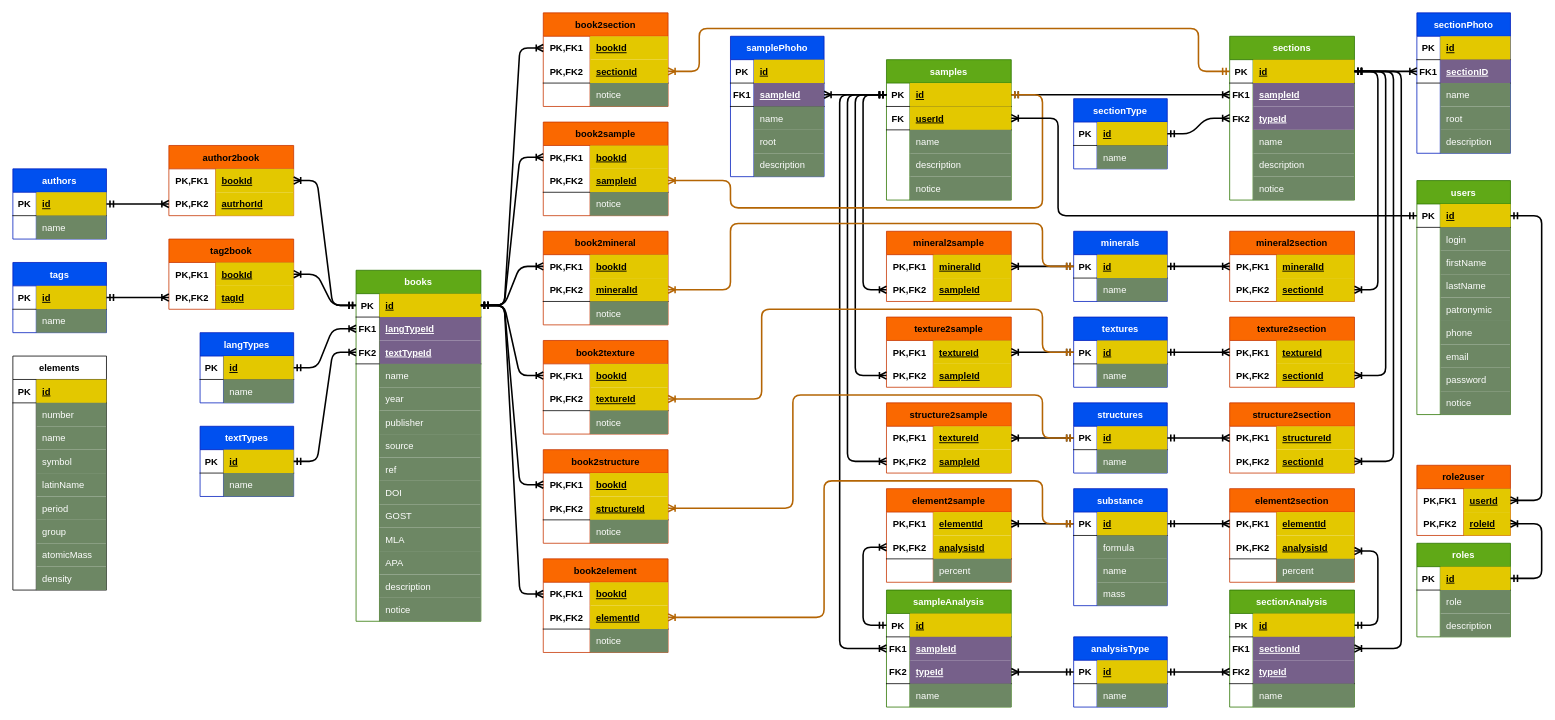
The draw.io diagram geoDB.drawio in bipolar0wl/geoDB, before the edit. Source tidied: cells renumbered, new cells numbered last; positions are measured from the earlier drawing's top-left corner, leaving out a move shared by most shapes. Both pictures are drawn from the tidied source at 78%, with x=0, y=0 at pixel (12, 12).
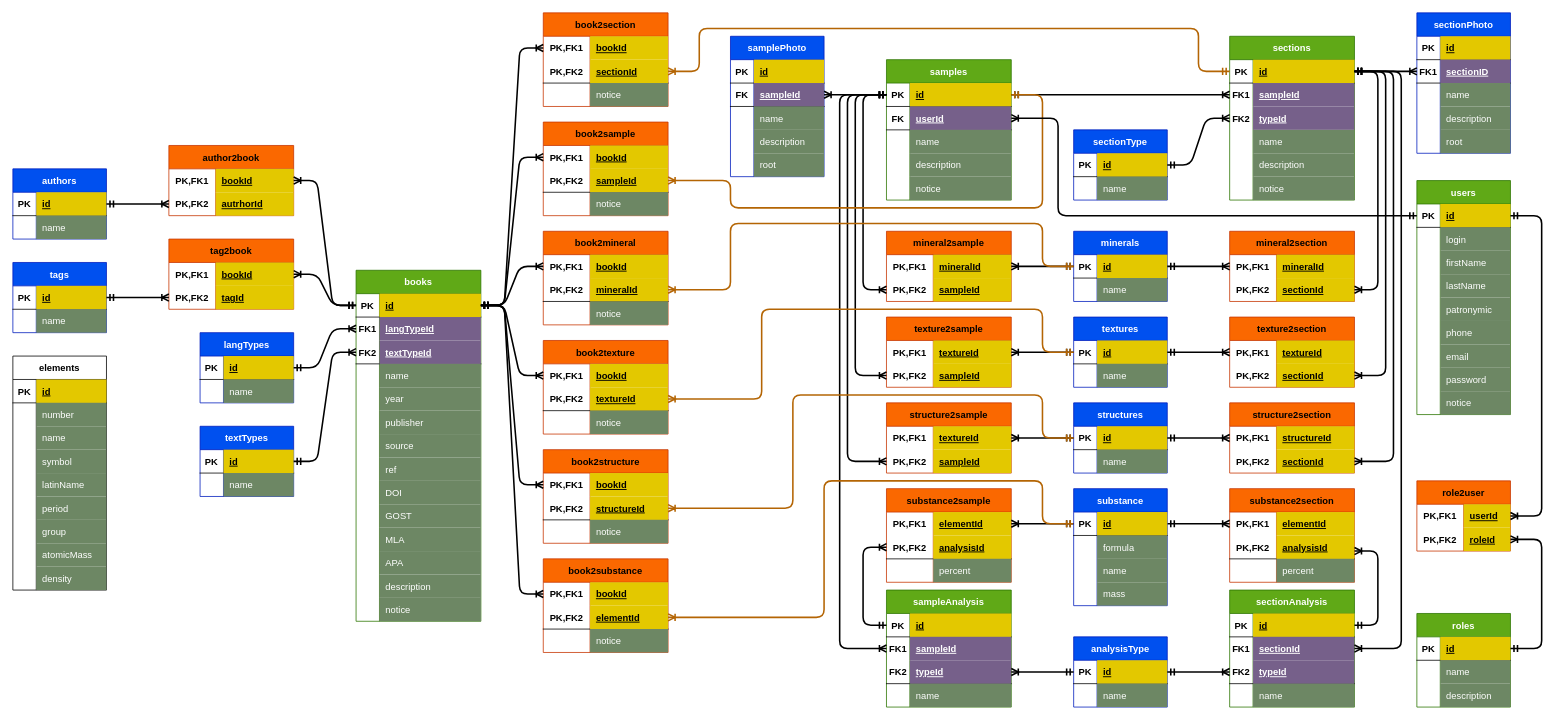
Above is the later version.

Unchanged cells that the change refers to:
```xml
<mxCell id="16" style="shape=partialRectangle;fillColor=none;top=0;left=0;bottom=1;right=0;points=[[0,0.5],[1,0.5]];portConstraint=eastwest;" parent="12" vertex="1">
  <mxGeometry y="60" width="160" height="30" as="geometry" />
</mxCell>
<mxCell id="48" value="sectionPhoto" style="shape=table;startSize=30;childLayout=tableLayout;rowLines=0;fontStyle=1;align=center;fillColor=#0050ef;fontColor=#ffffff;strokeColor=#001DBC;" parent="1" vertex="1">
  <mxGeometry x="1800" width="120" height="180" as="geometry" />
</mxCell>
<mxCell id="359" style="shape=partialRectangle;fillColor=none;top=0;left=0;bottom=1;right=0;points=[[0,0.5],[1,0.5]];portConstraint=eastwest;" parent="355" vertex="1">
  <mxGeometry y="60" width="120" height="30" as="geometry" />
</mxCell>
<mxCell id="412" style="shape=partialRectangle;fillColor=none;top=0;left=0;bottom=0;right=0;" parent="408" vertex="1">
  <mxGeometry y="60" width="120" height="30" as="geometry" />
</mxCell>
```

Diff of the diagram source:
```diff
@@
-    <mxCell id="2" value="element2section" style="shape=table;startSize=30;childLayout=tableLayout;rowLines=0;fontStyle=1;align=center;fillColor=#fa6800;fontColor=#000000;strokeColor=#C73500;" parent="1" vertex="1">
+    <mxCell id="2" value="substance2section" style="shape=table;startSize=30;childLayout=tableLayout;rowLines=0;fontStyle=1;align=center;fillColor=#fa6800;fontColor=#000000;strokeColor=#C73500;" parent="1" vertex="1">
       <mxGeometry x="1560" y="610" width="160" height="120" as="geometry" />
     </mxCell>
@@
-    <mxCell id="18" value="userId" style="shape=partialRectangle;fillColor=#e3c800;top=0;left=0;bottom=0;right=0;align=left;spacingLeft=6;fontStyle=5;overflow=hidden;fontColor=#000000;strokeColor=#B09500;" parent="16" vertex="1">
+    <mxCell id="18" value="userId" style="shape=partialRectangle;fillColor=#76608a;top=0;left=0;bottom=0;right=0;align=left;spacingLeft=6;fontStyle=5;overflow=hidden;fontColor=#ffffff;strokeColor=#432D57;" parent="16" vertex="1">
       <mxGeometry x="30" width="130" height="30" as="geometry" />
     </mxCell>
@@
+    <mxCell id="61" style="shape=partialRectangle;fillColor=none;top=0;left=0;bottom=0;right=0;" parent="48" vertex="1">
+      <mxGeometry y="120" width="120" height="30" as="geometry" />
+    </mxCell>
+    <mxCell id="62" style="shape=partialRectangle;fillColor=none;top=0;left=0;bottom=0;right=0;overflow=hidden;" parent="61" vertex="1">
+      <mxGeometry width="30" height="30" as="geometry" />
+    </mxCell>
+    <mxCell id="63" value="description" style="shape=partialRectangle;fillColor=#6d8764;top=0;left=0;bottom=0;right=0;align=left;spacingLeft=6;overflow=hidden;fontColor=#ffffff;strokeColor=#3A5431;" parent="61" vertex="1">
+      <mxGeometry x="30" width="90" height="30" as="geometry" />
+    </mxCell>
     <mxCell id="58" style="shape=partialRectangle;fillColor=none;top=0;left=0;bottom=0;right=0;" parent="48" vertex="1">
-      <mxGeometry y="120" width="120" height="30" as="geometry" />
+      <mxGeometry y="150" width="120" height="30" as="geometry" />
     </mxCell>
@@
-    <mxCell id="61" style="shape=partialRectangle;fillColor=none;top=0;left=0;bottom=0;right=0;" parent="48" vertex="1">
-      <mxGeometry y="150" width="120" height="30" as="geometry" />
-    </mxCell>
-    <mxCell id="62" style="shape=partialRectangle;fillColor=none;top=0;left=0;bottom=0;right=0;overflow=hidden;" parent="61" vertex="1">
-      <mxGeometry width="30" height="30" as="geometry" />
-    </mxCell>
-    <mxCell id="63" value="description" style="shape=partialRectangle;fillColor=#6d8764;top=0;left=0;bottom=0;right=0;align=left;spacingLeft=6;overflow=hidden;fontColor=#ffffff;strokeColor=#3A5431;" parent="61" vertex="1">
-      <mxGeometry x="30" width="90" height="30" as="geometry" />
-    </mxCell>
@@
     <mxCell id="121" value="sectionType" style="shape=table;startSize=30;childLayout=tableLayout;rowLines=0;fontStyle=1;align=center;fillColor=#0050ef;fontColor=#ffffff;strokeColor=#001DBC;" parent="1" vertex="1">
-      <mxGeometry x="1360" y="110" width="120" height="90" as="geometry" />
+      <mxGeometry x="1360" y="150" width="120" height="90" as="geometry" />
     </mxCell>
@@
-    <mxCell id="276" value="book2element" style="shape=table;startSize=30;childLayout=tableLayout;rowLines=0;fontStyle=1;align=center;fillColor=#fa6800;fontColor=#000000;strokeColor=#C73500;" parent="1" vertex="1">
+    <mxCell id="276" value="book2substance" style="shape=table;startSize=30;childLayout=tableLayout;rowLines=0;fontStyle=1;align=center;fillColor=#fa6800;fontColor=#000000;strokeColor=#C73500;" parent="1" vertex="1">
       <mxGeometry x="680" y="700" width="160" height="120" as="geometry" />
     </mxCell>
@@
-    <mxCell id="343" value="element2sample" style="shape=table;startSize=30;childLayout=tableLayout;rowLines=0;fontStyle=1;align=center;fillColor=#fa6800;fontColor=#000000;strokeColor=#C73500;" parent="1" vertex="1">
+    <mxCell id="343" value="substance2sample" style="shape=table;startSize=30;childLayout=tableLayout;rowLines=0;fontStyle=1;align=center;fillColor=#fa6800;fontColor=#000000;strokeColor=#C73500;" parent="1" vertex="1">
       <mxGeometry x="1120" y="610" width="160" height="120" as="geometry" />
     </mxCell>
@@
-    <mxCell id="355" value="samplePhoho" style="shape=table;startSize=30;childLayout=tableLayout;rowLines=0;fontStyle=1;align=center;fillColor=#0050ef;fontColor=#ffffff;strokeColor=#001DBC;" parent="1" vertex="1">
+    <mxCell id="355" value="samplePhoto" style="shape=table;startSize=30;childLayout=tableLayout;rowLines=0;fontStyle=1;align=center;fillColor=#0050ef;fontColor=#ffffff;strokeColor=#001DBC;" parent="1" vertex="1">
       <mxGeometry x="920" y="30" width="120" height="180" as="geometry" />
     </mxCell>
@@
-    <mxCell id="360" value="FK1" style="shape=partialRectangle;fillColor=none;top=0;left=0;bottom=0;right=0;fontStyle=1;overflow=hidden;" parent="359" vertex="1">
+    <mxCell id="360" value="FK" style="shape=partialRectangle;fillColor=none;top=0;left=0;bottom=0;right=0;fontStyle=1;overflow=hidden;" parent="359" vertex="1">
       <mxGeometry width="30" height="30" as="geometry" />
     </mxCell>
@@
+    <mxCell id="368" style="shape=partialRectangle;fillColor=none;top=0;left=0;bottom=0;right=0;" parent="355" vertex="1">
+      <mxGeometry y="120" width="120" height="30" as="geometry" />
+    </mxCell>
+    <mxCell id="369" style="shape=partialRectangle;fillColor=none;top=0;left=0;bottom=0;right=0;overflow=hidden;" parent="368" vertex="1">
+      <mxGeometry width="30" height="30" as="geometry" />
+    </mxCell>
+    <mxCell id="370" value="description" style="shape=partialRectangle;fillColor=#6d8764;top=0;left=0;bottom=0;right=0;align=left;spacingLeft=6;overflow=hidden;fontColor=#ffffff;strokeColor=#3A5431;" parent="368" vertex="1">
+      <mxGeometry x="30" width="90" height="30" as="geometry" />
+    </mxCell>
     <mxCell id="365" style="shape=partialRectangle;fillColor=none;top=0;left=0;bottom=0;right=0;" parent="355" vertex="1">
-      <mxGeometry y="120" width="120" height="30" as="geometry" />
+      <mxGeometry y="150" width="120" height="30" as="geometry" />
     </mxCell>
@@
-    <mxCell id="368" style="shape=partialRectangle;fillColor=none;top=0;left=0;bottom=0;right=0;" parent="355" vertex="1">
-      <mxGeometry y="150" width="120" height="30" as="geometry" />
-    </mxCell>
-    <mxCell id="369" style="shape=partialRectangle;fillColor=none;top=0;left=0;bottom=0;right=0;overflow=hidden;" parent="368" vertex="1">
-      <mxGeometry width="30" height="30" as="geometry" />
-    </mxCell>
-    <mxCell id="370" value="description" style="shape=partialRectangle;fillColor=#6d8764;top=0;left=0;bottom=0;right=0;align=left;spacingLeft=6;overflow=hidden;fontColor=#ffffff;strokeColor=#3A5431;" parent="368" vertex="1">
-      <mxGeometry x="30" width="90" height="30" as="geometry" />
-    </mxCell>
@@
     <mxCell id="408" value="roles" style="shape=table;startSize=30;childLayout=tableLayout;rowLines=0;fontStyle=1;align=center;fillColor=#60a917;fontColor=#ffffff;strokeColor=#2D7600;" parent="1" vertex="1">
-      <mxGeometry x="1800" y="680" width="120" height="120" as="geometry" />
+      <mxGeometry x="1800" y="770" width="120" height="120" as="geometry" />
     </mxCell>
@@
-    <mxCell id="414" value="role" style="shape=partialRectangle;fillColor=#6d8764;top=0;left=0;bottom=0;right=0;align=left;spacingLeft=6;overflow=hidden;fontColor=#ffffff;strokeColor=#3A5431;" parent="412" vertex="1">
+    <mxCell id="414" value="name" style="shape=partialRectangle;fillColor=#6d8764;top=0;left=0;bottom=0;right=0;align=left;spacingLeft=6;overflow=hidden;fontColor=#ffffff;strokeColor=#3A5431;" parent="412" vertex="1">
       <mxGeometry x="30" width="90" height="30" as="geometry" />
     </mxCell>
@@
     <mxCell id="418" value="role2user" style="shape=table;startSize=30;childLayout=tableLayout;rowLines=0;fontStyle=1;align=center;fillColor=#fa6800;fontColor=#000000;strokeColor=#C73500;" parent="1" vertex="1">
-      <mxGeometry x="1800" y="580" width="120" height="90" as="geometry" />
+      <mxGeometry x="1800" y="600" width="120" height="90" as="geometry" />
     </mxCell>
```
